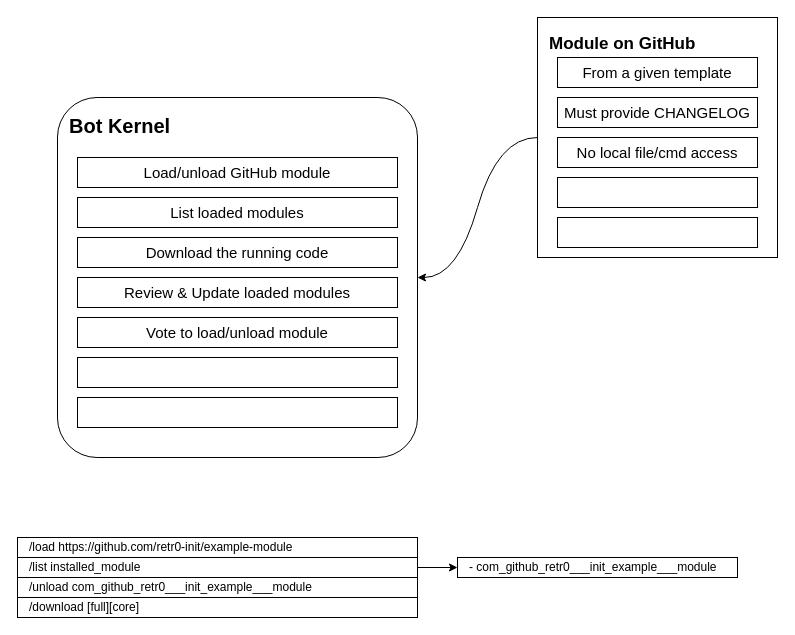
The draw.io diagram discord-bot-framework-en.drawio in retr0-init/discord-bot-framework-doc, before the edit. Source tidied: cells renumbered, new cells numbered last; positions are measured from the earlier drawing's top-left corner, leaving out a move shared by most shapes. Both pictures are drawn from the tidied source at 100%, with x=0, y=0 at pixel (17, 17).
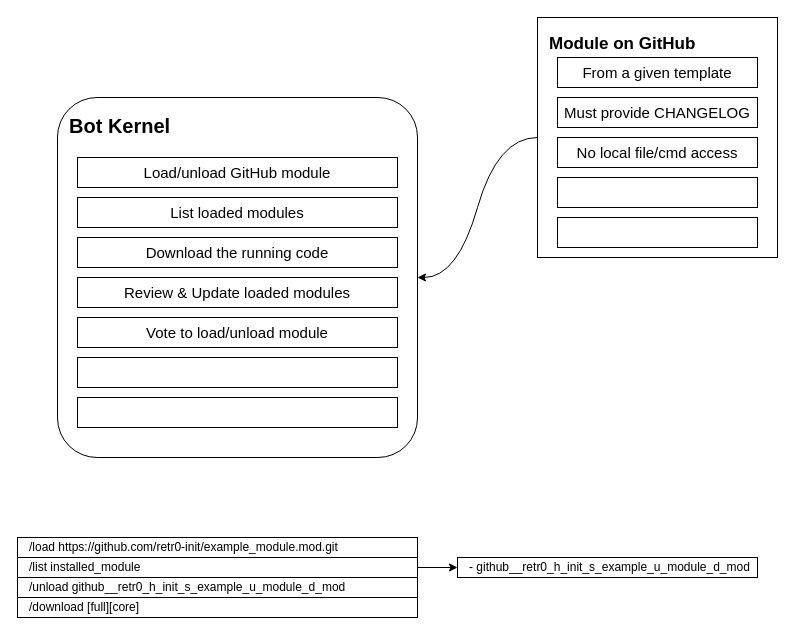
The same diagram, later.

Commit message (it also covers changes not shown here):
git module name format update

Diff of the diagram source:
```diff
@@
-    <mxCell id="16" value="/load https://github.com/retr0-init/example-module" style="rounded=0;whiteSpace=wrap;html=1;align=left;spacingLeft=10;" parent="1" vertex="1">
+    <mxCell id="16" value="/load https://github.com/retr0-init/example_module.mod.git" style="rounded=0;whiteSpace=wrap;html=1;align=left;spacingLeft=10;" parent="1" vertex="1">
       <mxGeometry y="520" width="400" height="20" as="geometry" />
     </mxCell>
@@
-    <mxCell id="19" value="- com_github_retr0___init_example___module" style="rounded=0;whiteSpace=wrap;html=1;align=left;spacingLeft=10;" parent="1" vertex="1">
-      <mxGeometry x="440" y="540" width="280" height="20" as="geometry" />
+    <mxCell id="19" value="- github__retr0_h_init_s_example_u_module_d_mod" style="rounded=0;whiteSpace=wrap;html=1;align=left;spacingLeft=10;" parent="1" vertex="1">
+      <mxGeometry x="440" y="540" width="300" height="20" as="geometry" />
     </mxCell>
-    <mxCell id="20" value="/unload com_github_retr0___init_example___module" style="rounded=0;whiteSpace=wrap;html=1;align=left;spacingLeft=10;" parent="1" vertex="1">
+    <mxCell id="20" value="/unload github__retr0_h_init_s_example_u_module_d_mod" style="rounded=0;whiteSpace=wrap;html=1;align=left;spacingLeft=10;" parent="1" vertex="1">
       <mxGeometry y="560" width="400" height="20" as="geometry" />
     </mxCell>
```
